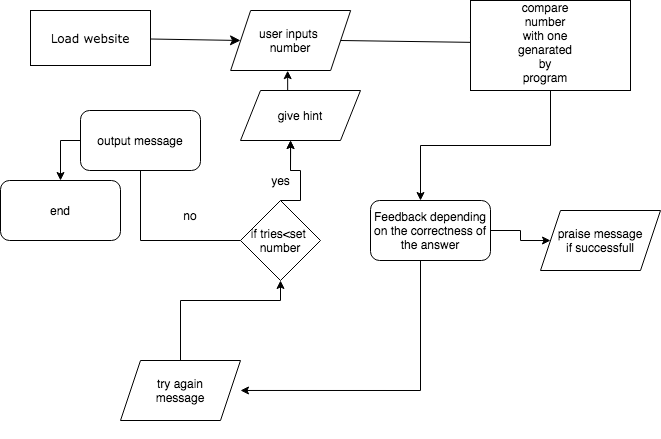
ryanmun/Random-Number-Generator keeps this draw.io diagram as RNG Diagram.drawio.png. Above is the earlier version. Source tidied: cells renumbered, new cells last; positions are measured from the earlier drawing's top-left corner, leaving out a move shared by most shapes. The source it was exported from:
```xml
<mxGraphModel>
  <root>
    <mxCell id="0" />
    <mxCell id="1" parent="0" />
    <mxCell id="2" style="edgeStyle=none;html=1;labelBackgroundColor=none;startFill=0;startSize=8;endFill=1;endSize=8;fontFamily=Verdana;fontSize=12;" parent="1" edge="1" source="3">
      <mxGeometry relative="1" as="geometry">
        <mxPoint x="240" y="40" as="targetPoint" />
        <Array as="points">
          <mxPoint x="240" y="40" />
        </Array>
      </mxGeometry>
    </mxCell>
    <mxCell id="3" value="Load website" style="whiteSpace=wrap;html=1;rounded=0;shadow=0;comic=0;labelBackgroundColor=none;strokeWidth=1;fontFamily=Verdana;fontSize=12;align=center;" parent="1" vertex="1">
      <mxGeometry x="30" y="10" width="120" height="55" as="geometry" />
    </mxCell>
    <mxCell id="4" style="edgeStyle=none;html=1;labelBackgroundColor=none;startFill=0;startSize=8;endFill=1;endSize=8;fontFamily=Verdana;fontSize=12;exitX=1;exitY=0.5;exitDx=0;exitDy=0;" parent="1" edge="1" source="23">
      <mxGeometry relative="1" as="geometry">
        <mxPoint x="480" y="42" as="targetPoint" />
      </mxGeometry>
    </mxCell>
    <mxCell id="5" style="edgeStyle=orthogonalEdgeStyle;rounded=0;jettySize=auto;html=1;exitX=0;exitY=1;exitDx=0;exitDy=0;" parent="1" edge="1" source="6">
      <mxGeometry relative="1" as="geometry">
        <mxPoint x="420" y="200" as="targetPoint" />
        <Array as="points">
          <mxPoint x="550" y="90" />
          <mxPoint x="550" y="145" />
          <mxPoint x="420" y="145" />
        </Array>
      </mxGeometry>
    </mxCell>
    <mxCell id="6" style="rounded=0;whiteSpace=wrap;html=1;" parent="1" vertex="1">
      <mxGeometry x="470" width="160" height="90" as="geometry" />
    </mxCell>
    <mxCell id="7" value="compare number with one genarated by program" style="text;html=1;strokeColor=none;fillColor=none;align=center;verticalAlign=middle;whiteSpace=wrap;rounded=0;" parent="1" vertex="1">
      <mxGeometry x="525" y="32" width="40" height="20" as="geometry" />
    </mxCell>
    <mxCell id="8" style="edgeStyle=orthogonalEdgeStyle;rounded=0;jettySize=auto;html=1;exitX=1;exitY=0.5;exitDx=0;exitDy=0;" parent="1" edge="1" source="10">
      <mxGeometry relative="1" as="geometry">
        <mxPoint x="550" y="240" as="targetPoint" />
      </mxGeometry>
    </mxCell>
    <mxCell id="9" style="edgeStyle=orthogonalEdgeStyle;rounded=0;jettySize=auto;html=1;exitX=0.5;exitY=1;exitDx=0;exitDy=0;" parent="1" edge="1" source="10">
      <mxGeometry relative="1" as="geometry">
        <mxPoint x="240" y="390" as="targetPoint" />
        <Array as="points">
          <mxPoint x="420" y="390" />
        </Array>
      </mxGeometry>
    </mxCell>
    <mxCell id="10" value="Feedback depending on the correctness of the answer" style="rounded=1;whiteSpace=wrap;html=1;" parent="1" vertex="1">
      <mxGeometry x="370" y="200" width="120" height="60" as="geometry" />
    </mxCell>
    <mxCell id="11" style="edgeStyle=orthogonalEdgeStyle;rounded=0;jettySize=auto;html=1;exitX=0.5;exitY=0;exitDx=0;exitDy=0;entryX=0.5;entryY=1;entryDx=0;entryDy=0;" parent="1" edge="1" target="22">
      <mxGeometry relative="1" as="geometry">
        <mxPoint x="180" y="360" as="sourcePoint" />
        <Array as="points">
          <mxPoint x="180" y="300" />
          <mxPoint x="280" y="300" />
        </Array>
      </mxGeometry>
    </mxCell>
    <mxCell id="12" style="edgeStyle=orthogonalEdgeStyle;rounded=0;jettySize=auto;html=1;exitX=0;exitY=0.5;exitDx=0;exitDy=0;startArrow=none;" parent="1" edge="1" source="17" target="16">
      <mxGeometry relative="1" as="geometry" />
    </mxCell>
    <mxCell id="13" style="edgeStyle=orthogonalEdgeStyle;rounded=0;orthogonalLoop=1;jettySize=auto;html=1;startArrow=none;" parent="1" edge="1">
      <mxGeometry relative="1" as="geometry">
        <mxPoint x="290" y="170" as="sourcePoint" />
        <mxPoint x="290.1" y="140" as="targetPoint" />
      </mxGeometry>
    </mxCell>
    <mxCell id="14" style="edgeStyle=orthogonalEdgeStyle;rounded=0;orthogonalLoop=1;jettySize=auto;html=1;exitX=0.5;exitY=0;exitDx=0;exitDy=0;" parent="1" edge="1">
      <mxGeometry relative="1" as="geometry">
        <mxPoint x="280" y="200" as="sourcePoint" />
        <mxPoint x="290" y="140" as="targetPoint" />
      </mxGeometry>
    </mxCell>
    <mxCell id="15" style="edgeStyle=orthogonalEdgeStyle;rounded=0;orthogonalLoop=1;jettySize=auto;html=1;exitX=0.5;exitY=1;exitDx=0;exitDy=0;" parent="1" edge="1">
      <mxGeometry relative="1" as="geometry">
        <mxPoint x="180" y="430" as="sourcePoint" />
        <mxPoint x="180" y="430" as="targetPoint" />
      </mxGeometry>
    </mxCell>
    <mxCell id="16" value="end" style="rounded=1;whiteSpace=wrap;html=1;" parent="1" vertex="1">
      <mxGeometry y="180" width="120" height="60" as="geometry" />
    </mxCell>
    <mxCell id="17" value="output message" style="rounded=1;whiteSpace=wrap;html=1;" parent="1" vertex="1">
      <mxGeometry x="80" y="110" width="120" height="60" as="geometry" />
    </mxCell>
    <mxCell id="18" style="edgeStyle=orthogonalEdgeStyle;rounded=0;jettySize=auto;html=1;endArrow=none;exitX=0;exitY=0.5;exitDx=0;exitDy=0;" parent="1" edge="1" source="22" target="17">
      <mxGeometry relative="1" as="geometry">
        <Array as="points">
          <mxPoint x="140" y="240" />
        </Array>
      </mxGeometry>
    </mxCell>
    <mxCell id="19" style="edgeStyle=orthogonalEdgeStyle;rounded=0;jettySize=auto;html=1;exitX=0.5;exitY=0;exitDx=0;exitDy=0;entryX=0.475;entryY=1.003;entryDx=0;entryDy=0;entryPerimeter=0;" parent="1" edge="1" target="23">
      <mxGeometry relative="1" as="geometry">
        <mxPoint x="290.1" y="100" as="sourcePoint" />
      </mxGeometry>
    </mxCell>
    <mxCell id="20" value="no" style="text;html=1;strokeColor=none;fillColor=none;align=center;verticalAlign=middle;whiteSpace=wrap;rounded=0;" parent="1" vertex="1">
      <mxGeometry x="170" y="210" width="40" height="10" as="geometry" />
    </mxCell>
    <mxCell id="21" value="yes" style="text;html=1;align=center;verticalAlign=middle;strokeColor=none;fillColor=none;" parent="1" vertex="1">
      <mxGeometry x="265" y="170" width="30" height="20" as="geometry" />
    </mxCell>
    <mxCell id="22" value="if tries&amp;lt;set&amp;nbsp;&lt;br&gt;number" style="rhombus;whiteSpace=wrap;html=1;" parent="1" vertex="1">
      <mxGeometry x="240" y="200" width="80" height="80" as="geometry" />
    </mxCell>
    <mxCell id="23" value="user inputs&amp;nbsp;&lt;br&gt;number" style="shape=parallelogram;perimeter=parallelogramPerimeter;whiteSpace=wrap;html=1;fixedSize=1;rounded=0;gradientColor=none;" parent="1" vertex="1">
      <mxGeometry x="230.1" y="10" width="120" height="60" as="geometry" />
    </mxCell>
    <mxCell id="24" value="give hint" style="shape=parallelogram;perimeter=parallelogramPerimeter;whiteSpace=wrap;html=1;fixedSize=1;rounded=0;gradientColor=none;" parent="1" vertex="1">
      <mxGeometry x="240" y="90" width="120" height="50" as="geometry" />
    </mxCell>
    <mxCell id="25" value="praise message&lt;br&gt;if successfull" style="shape=parallelogram;perimeter=parallelogramPerimeter;whiteSpace=wrap;html=1;fixedSize=1;rounded=0;gradientColor=none;" parent="1" vertex="1">
      <mxGeometry x="540" y="210" width="120" height="60" as="geometry" />
    </mxCell>
    <mxCell id="26" value="try again&lt;br&gt;message" style="shape=parallelogram;perimeter=parallelogramPerimeter;whiteSpace=wrap;html=1;fixedSize=1;rounded=0;gradientColor=none;" parent="1" vertex="1">
      <mxGeometry x="120" y="360" width="120" height="60" as="geometry" />
    </mxCell>
  </root>
</mxGraphModel>
```
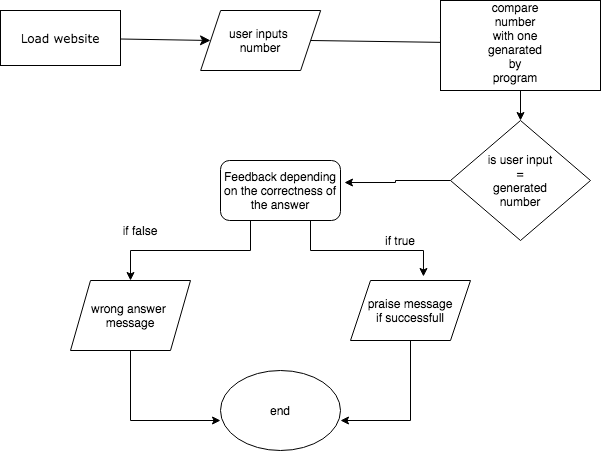
Above is the later version.

Change to the diagram source:
```diff
@@ -18,106 +18,59 @@
         <mxPoint x="480" y="42" as="targetPoint" />
       </mxGeometry>
     </mxCell>
-    <mxCell id="5" style="edgeStyle=orthogonalEdgeStyle;rounded=0;jettySize=auto;html=1;exitX=0;exitY=1;exitDx=0;exitDy=0;" parent="1" edge="1" source="6">
-      <mxGeometry relative="1" as="geometry">
-        <mxPoint x="420" y="200" as="targetPoint" />
-        <Array as="points">
-          <mxPoint x="550" y="90" />
-          <mxPoint x="550" y="145" />
-          <mxPoint x="420" y="145" />
-        </Array>
-      </mxGeometry>
-    </mxCell>
+    <mxCell id="27" style="edgeStyle=orthogonalEdgeStyle;rounded=0;jettySize=auto;html=1;exitX=0.5;exitY=1;exitDx=0;exitDy=0;entryX=0.5;entryY=0;entryDx=0;entryDy=0;" parent="1" edge="1" source="6" target="33">
+      <mxGeometry relative="1" as="geometry" />
+    </mxCell>
     <mxCell id="6" style="rounded=0;whiteSpace=wrap;html=1;" parent="1" vertex="1">
       <mxGeometry x="470" width="160" height="90" as="geometry" />
     </mxCell>
     <mxCell id="7" value="compare number with one genarated by program" style="text;html=1;strokeColor=none;fillColor=none;align=center;verticalAlign=middle;whiteSpace=wrap;rounded=0;" parent="1" vertex="1">
       <mxGeometry x="525" y="32" width="40" height="20" as="geometry" />
     </mxCell>
-    <mxCell id="8" style="edgeStyle=orthogonalEdgeStyle;rounded=0;jettySize=auto;html=1;exitX=1;exitY=0.5;exitDx=0;exitDy=0;" parent="1" edge="1" source="10">
-      <mxGeometry relative="1" as="geometry">
-        <mxPoint x="550" y="240" as="targetPoint" />
-      </mxGeometry>
-    </mxCell>
-    <mxCell id="9" style="edgeStyle=orthogonalEdgeStyle;rounded=0;jettySize=auto;html=1;exitX=0.5;exitY=1;exitDx=0;exitDy=0;" parent="1" edge="1" source="10">
-      <mxGeometry relative="1" as="geometry">
-        <mxPoint x="240" y="390" as="targetPoint" />
-        <Array as="points">
-          <mxPoint x="420" y="390" />
-        </Array>
-      </mxGeometry>
-    </mxCell>
+    <mxCell id="28" style="edgeStyle=orthogonalEdgeStyle;rounded=0;jettySize=auto;html=1;exitX=0.25;exitY=1;exitDx=0;exitDy=0;entryX=0.5;entryY=0;entryDx=0;entryDy=0;" parent="1" edge="1" source="10" target="26">
+      <mxGeometry relative="1" as="geometry" />
+    </mxCell>
+    <mxCell id="29" style="edgeStyle=orthogonalEdgeStyle;rounded=0;jettySize=auto;html=1;exitX=0.75;exitY=1;exitDx=0;exitDy=0;entryX=0.608;entryY=-0.067;entryDx=0;entryDy=0;entryPerimeter=0;" parent="1" edge="1" source="10" target="25">
+      <mxGeometry relative="1" as="geometry" />
+    </mxCell>
     <mxCell id="10" value="Feedback depending on the correctness of the answer" style="rounded=1;whiteSpace=wrap;html=1;" parent="1" vertex="1">
-      <mxGeometry x="370" y="200" width="120" height="60" as="geometry" />
+      <mxGeometry x="250" y="160" width="120" height="60" as="geometry" />
     </mxCell>
-    <mxCell id="11" style="edgeStyle=orthogonalEdgeStyle;rounded=0;jettySize=auto;html=1;exitX=0.5;exitY=0;exitDx=0;exitDy=0;entryX=0.5;entryY=1;entryDx=0;entryDy=0;" parent="1" edge="1" target="22">
-      <mxGeometry relative="1" as="geometry">
-        <mxPoint x="180" y="360" as="sourcePoint" />
-        <Array as="points">
-          <mxPoint x="180" y="300" />
-          <mxPoint x="280" y="300" />
-        </Array>
-      </mxGeometry>
-    </mxCell>
-    <mxCell id="12" style="edgeStyle=orthogonalEdgeStyle;rounded=0;jettySize=auto;html=1;exitX=0;exitY=0.5;exitDx=0;exitDy=0;startArrow=none;" parent="1" edge="1" source="17" target="16">
-      <mxGeometry relative="1" as="geometry" />
-    </mxCell>
-    <mxCell id="13" style="edgeStyle=orthogonalEdgeStyle;rounded=0;orthogonalLoop=1;jettySize=auto;html=1;startArrow=none;" parent="1" edge="1">
-      <mxGeometry relative="1" as="geometry">
-        <mxPoint x="290" y="170" as="sourcePoint" />
-        <mxPoint x="290.1" y="140" as="targetPoint" />
-      </mxGeometry>
-    </mxCell>
-    <mxCell id="14" style="edgeStyle=orthogonalEdgeStyle;rounded=0;orthogonalLoop=1;jettySize=auto;html=1;exitX=0.5;exitY=0;exitDx=0;exitDy=0;" parent="1" edge="1">
-      <mxGeometry relative="1" as="geometry">
-        <mxPoint x="280" y="200" as="sourcePoint" />
-        <mxPoint x="290" y="140" as="targetPoint" />
-      </mxGeometry>
-    </mxCell>
     <mxCell id="15" style="edgeStyle=orthogonalEdgeStyle;rounded=0;orthogonalLoop=1;jettySize=auto;html=1;exitX=0.5;exitY=1;exitDx=0;exitDy=0;" parent="1" edge="1">
       <mxGeometry relative="1" as="geometry">
         <mxPoint x="180" y="430" as="sourcePoint" />
         <mxPoint x="180" y="430" as="targetPoint" />
       </mxGeometry>
     </mxCell>
+    <mxCell id="23" value="user inputs&amp;nbsp;&lt;br&gt;number" style="shape=parallelogram;perimeter=parallelogramPerimeter;whiteSpace=wrap;html=1;fixedSize=1;rounded=0;gradientColor=none;" parent="1" vertex="1">
+      <mxGeometry x="230.1" y="10" width="120" height="60" as="geometry" />
+    </mxCell>
+    <mxCell id="30" style="edgeStyle=orthogonalEdgeStyle;rounded=0;jettySize=auto;html=1;exitX=0.5;exitY=1;exitDx=0;exitDy=0;entryX=1;entryY=0.625;entryDx=0;entryDy=0;entryPerimeter=0;" parent="1" edge="1" source="25" target="16">
+      <mxGeometry relative="1" as="geometry" />
+    </mxCell>
+    <mxCell id="25" value="praise message&lt;br&gt;if successfull" style="shape=parallelogram;perimeter=parallelogramPerimeter;whiteSpace=wrap;html=1;fixedSize=1;rounded=0;gradientColor=none;" parent="1" vertex="1">
+      <mxGeometry x="380" y="280" width="120" height="60" as="geometry" />
+    </mxCell>
+    <mxCell id="31" style="edgeStyle=orthogonalEdgeStyle;rounded=0;jettySize=auto;html=1;exitX=0.5;exitY=1;exitDx=0;exitDy=0;entryX=0;entryY=0.625;entryDx=0;entryDy=0;entryPerimeter=0;" parent="1" edge="1" source="26" target="16">
+      <mxGeometry relative="1" as="geometry" />
+    </mxCell>
+    <mxCell id="26" value="wrong answer&amp;nbsp;&lt;br&gt;message" style="shape=parallelogram;perimeter=parallelogramPerimeter;whiteSpace=wrap;html=1;fixedSize=1;rounded=0;gradientColor=none;" parent="1" vertex="1">
+      <mxGeometry x="100" y="280" width="120" height="70" as="geometry" />
+    </mxCell>
+    <mxCell id="32" style="edgeStyle=orthogonalEdgeStyle;rounded=0;jettySize=auto;html=1;exitX=0;exitY=0.5;exitDx=0;exitDy=0;entryX=1.033;entryY=0.367;entryDx=0;entryDy=0;entryPerimeter=0;" parent="1" edge="1" source="33" target="10">
+      <mxGeometry relative="1" as="geometry" />
+    </mxCell>
+    <mxCell id="33" value="is user input&lt;br&gt;=&lt;br&gt;generated&lt;br&gt;number" style="rhombus;whiteSpace=wrap;html=1;" parent="1" vertex="1">
+      <mxGeometry x="480" y="120" width="140" height="120" as="geometry" />
+    </mxCell>
+    <mxCell id="34" value="if false" style="text;html=1;strokeColor=none;fillColor=none;align=center;verticalAlign=middle;whiteSpace=wrap;rounded=0;" parent="1" vertex="1">
+      <mxGeometry x="150" y="220" width="40" height="20" as="geometry" />
+    </mxCell>
+    <mxCell id="35" value="if true" style="text;html=1;strokeColor=none;fillColor=none;align=center;verticalAlign=middle;whiteSpace=wrap;rounded=0;" parent="1" vertex="1">
+      <mxGeometry x="410" y="230" width="40" height="20" as="geometry" />
+    </mxCell>
-    <mxCell id="16" value="end" style="rounded=1;whiteSpace=wrap;html=1;" parent="1" vertex="1">
-      <mxGeometry y="180" width="120" height="60" as="geometry" />
+    <mxCell id="16" value="end" style="ellipse;whiteSpace=wrap;html=1;" parent="1" vertex="1">
+      <mxGeometry x="250" y="370" width="120" height="80" as="geometry" />
     </mxCell>
-    <mxCell id="17" value="output message" style="rounded=1;whiteSpace=wrap;html=1;" parent="1" vertex="1">
-      <mxGeometry x="80" y="110" width="120" height="60" as="geometry" />
-    </mxCell>
-    <mxCell id="18" style="edgeStyle=orthogonalEdgeStyle;rounded=0;jettySize=auto;html=1;endArrow=none;exitX=0;exitY=0.5;exitDx=0;exitDy=0;" parent="1" edge="1" source="22" target="17">
-      <mxGeometry relative="1" as="geometry">
-        <Array as="points">
-          <mxPoint x="140" y="240" />
-        </Array>
-      </mxGeometry>
-    </mxCell>
-    <mxCell id="19" style="edgeStyle=orthogonalEdgeStyle;rounded=0;jettySize=auto;html=1;exitX=0.5;exitY=0;exitDx=0;exitDy=0;entryX=0.475;entryY=1.003;entryDx=0;entryDy=0;entryPerimeter=0;" parent="1" edge="1" target="23">
-      <mxGeometry relative="1" as="geometry">
-        <mxPoint x="290.1" y="100" as="sourcePoint" />
-      </mxGeometry>
-    </mxCell>
-    <mxCell id="20" value="no" style="text;html=1;strokeColor=none;fillColor=none;align=center;verticalAlign=middle;whiteSpace=wrap;rounded=0;" parent="1" vertex="1">
-      <mxGeometry x="170" y="210" width="40" height="10" as="geometry" />
-    </mxCell>
-    <mxCell id="21" value="yes" style="text;html=1;align=center;verticalAlign=middle;strokeColor=none;fillColor=none;" parent="1" vertex="1">
-      <mxGeometry x="265" y="170" width="30" height="20" as="geometry" />
-    </mxCell>
-    <mxCell id="22" value="if tries&amp;lt;set&amp;nbsp;&lt;br&gt;number" style="rhombus;whiteSpace=wrap;html=1;" parent="1" vertex="1">
-      <mxGeometry x="240" y="200" width="80" height="80" as="geometry" />
-    </mxCell>
-    <mxCell id="23" value="user inputs&amp;nbsp;&lt;br&gt;number" style="shape=parallelogram;perimeter=parallelogramPerimeter;whiteSpace=wrap;html=1;fixedSize=1;rounded=0;gradientColor=none;" parent="1" vertex="1">
-      <mxGeometry x="230.1" y="10" width="120" height="60" as="geometry" />
-    </mxCell>
-    <mxCell id="24" value="give hint" style="shape=parallelogram;perimeter=parallelogramPerimeter;whiteSpace=wrap;html=1;fixedSize=1;rounded=0;gradientColor=none;" parent="1" vertex="1">
-      <mxGeometry x="240" y="90" width="120" height="50" as="geometry" />
-    </mxCell>
-    <mxCell id="25" value="praise message&lt;br&gt;if successfull" style="shape=parallelogram;perimeter=parallelogramPerimeter;whiteSpace=wrap;html=1;fixedSize=1;rounded=0;gradientColor=none;" parent="1" vertex="1">
-      <mxGeometry x="540" y="210" width="120" height="60" as="geometry" />
-    </mxCell>
-    <mxCell id="26" value="try again&lt;br&gt;message" style="shape=parallelogram;perimeter=parallelogramPerimeter;whiteSpace=wrap;html=1;fixedSize=1;rounded=0;gradientColor=none;" parent="1" vertex="1">
-      <mxGeometry x="120" y="360" width="120" height="60" as="geometry" />
-    </mxCell>
   </root>
 </mxGraphModel>
```
